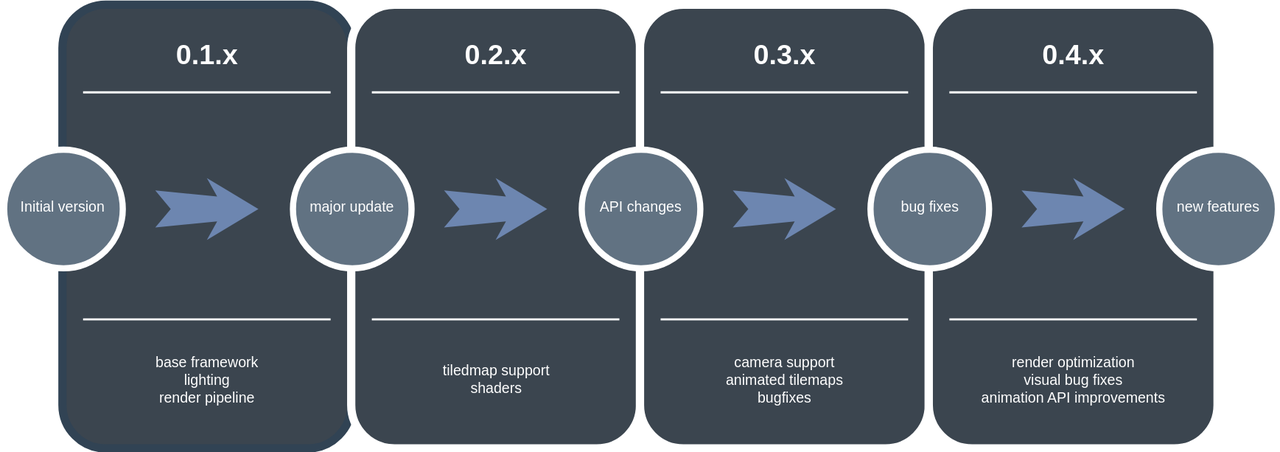
This is milestones.svg from bitbrain/braingdx, a draw.io export, as it was before one commit. Source tidied: cells renumbered, new cells last; positions are measured from the earlier drawing's top-left corner, leaving out a move shared by most shapes.
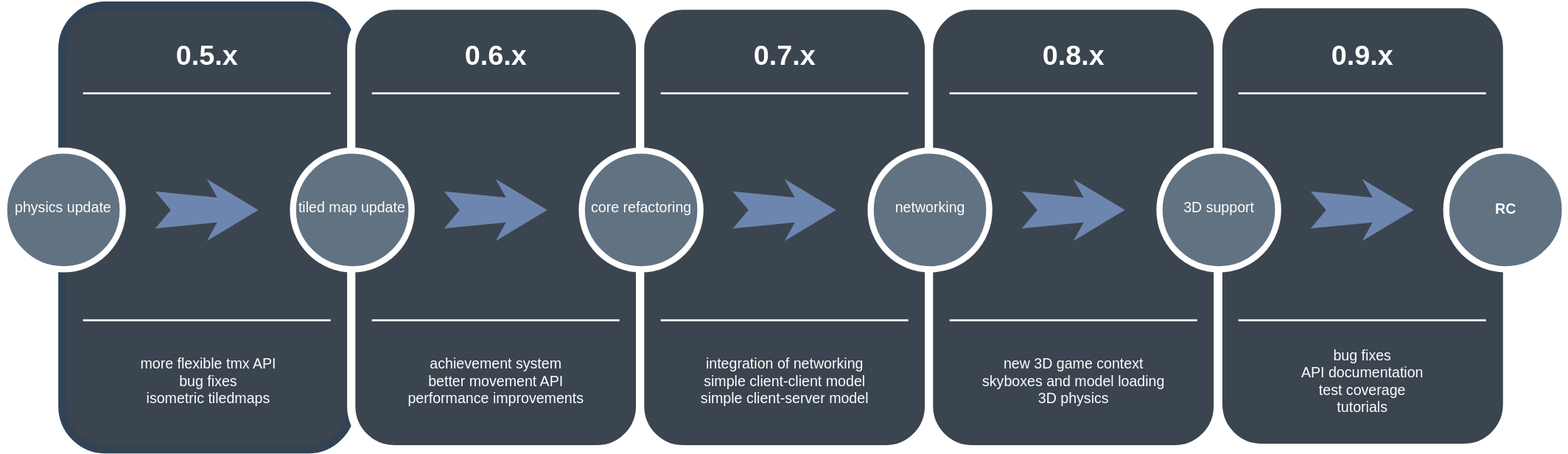
The same file after the commit.

What changed in the source:
```diff
@@ -2,13 +2,16 @@
   <root>
     <mxCell id="0" />
     <mxCell id="1" parent="0" />
+    <mxCell id="31" style="whiteSpace=wrap;html=1;rounded=1;shadow=0;strokeWidth=8;fontSize=20;align=center;fillColor=#3B454F;strokeColor=#FFFFFF;" parent="1" vertex="1">
+      <mxGeometry x="1177.5" y="-1.5" width="280" height="430" as="geometry" />
+    </mxCell>
     <mxCell id="2" style="whiteSpace=wrap;html=1;rounded=1;shadow=0;strokeWidth=8;fontSize=20;align=center;fillColor=#3B454F;strokeColor=#314354;fontColor=#ffffff;" parent="1" vertex="1">
       <mxGeometry x="57" width="280" height="430" as="geometry" />
     </mxCell>
-    <mxCell id="3" value="0.1.x" style="text;html=1;strokeColor=none;fillColor=none;align=center;verticalAlign=middle;whiteSpace=wrap;rounded=0;shadow=0;fontSize=27;fontColor=#FFFFFF;fontStyle=1;" parent="1" vertex="1">
+    <mxCell id="3" value="0.5.x" style="text;html=1;strokeColor=none;fillColor=none;align=center;verticalAlign=middle;whiteSpace=wrap;rounded=0;shadow=0;fontSize=27;fontColor=#FFFFFF;fontStyle=1;" parent="1" vertex="1">
       <mxGeometry x="57" y="20" width="280" height="60" as="geometry" />
     </mxCell>
-    <mxCell id="4" value="&lt;div&gt;base framework&lt;/div&gt;&lt;div&gt;lighting&lt;/div&gt;&lt;div&gt;render pipeline&lt;br&gt;&lt;/div&gt;" style="text;html=1;strokeColor=none;fillColor=none;align=center;verticalAlign=middle;whiteSpace=wrap;rounded=0;shadow=0;fontSize=14;fontColor=#FFFFFF;" parent="1" vertex="1">
+    <mxCell id="4" value="&lt;div&gt;more flexible tmx API&lt;/div&gt;&lt;div&gt;bug fixes&lt;/div&gt;&lt;div&gt;isometric tiledmaps&lt;br&gt;&lt;/div&gt;" style="text;html=1;strokeColor=none;fillColor=none;align=center;verticalAlign=middle;whiteSpace=wrap;rounded=0;shadow=0;fontSize=14;fontColor=#FFFFFF;" parent="1" vertex="1">
       <mxGeometry x="57" y="320" width="280" height="90" as="geometry" />
     </mxCell>
     <mxCell id="5" style="line;strokeWidth=2;html=1;rounded=0;shadow=0;fontSize=27;align=center;fillColor=none;strokeColor=#FFFFFF;" parent="1" vertex="1">
@@ -17,7 +20,7 @@
     <mxCell id="6" style="line;strokeWidth=2;html=1;rounded=0;shadow=0;fontSize=27;align=center;fillColor=none;strokeColor=#FFFFFF;" parent="1" vertex="1">
       <mxGeometry x="77" y="300" width="240" height="10" as="geometry" />
     </mxCell>
-    <mxCell id="7" value="Initial version" style="ellipse;whiteSpace=wrap;html=1;rounded=0;shadow=0;strokeWidth=6;fontSize=14;align=center;fillColor=#617282;strokeColor=#FFFFFF;fontColor=#FFFFFF;" parent="1" vertex="1">
+    <mxCell id="7" value="physics update" style="ellipse;whiteSpace=wrap;html=1;rounded=0;shadow=0;strokeWidth=6;fontSize=14;align=center;fillColor=#617282;strokeColor=#FFFFFF;fontColor=#FFFFFF;" parent="1" vertex="1">
       <mxGeometry y="140" width="115" height="115" as="geometry" />
     </mxCell>
     <mxCell id="8" style="html=1;shadow=0;dashed=0;align=center;verticalAlign=middle;shape=mxgraph.arrows2.stylisedArrow;dy=0.6;dx=40;notch=15;feather=0.4;rounded=0;strokeWidth=1;fontSize=27;strokeColor=none;fillColor=#6D86B0;" parent="1" vertex="1">
@@ -26,10 +29,10 @@
     <mxCell id="9" style="whiteSpace=wrap;html=1;rounded=1;shadow=0;strokeWidth=8;fontSize=20;align=center;fillColor=#3B454F;strokeColor=#FFFFFF;" parent="1" vertex="1">
       <mxGeometry x="337" width="280" height="430" as="geometry" />
     </mxCell>
-    <mxCell id="10" value="0.2.x" style="text;html=1;strokeColor=none;fillColor=none;align=center;verticalAlign=middle;whiteSpace=wrap;rounded=0;shadow=0;fontSize=27;fontColor=#FFFFFF;fontStyle=1;" parent="1" vertex="1">
+    <mxCell id="10" value="0.6.x" style="text;html=1;strokeColor=none;fillColor=none;align=center;verticalAlign=middle;whiteSpace=wrap;rounded=0;shadow=0;fontSize=27;fontColor=#FFFFFF;fontStyle=1;" parent="1" vertex="1">
       <mxGeometry x="337" y="20" width="280" height="60" as="geometry" />
     </mxCell>
-    <mxCell id="11" value="&lt;div&gt;tiledmap support&lt;/div&gt;&lt;div&gt;shaders&lt;/div&gt;" style="text;html=1;strokeColor=none;fillColor=none;align=center;verticalAlign=middle;whiteSpace=wrap;rounded=0;shadow=0;fontSize=14;fontColor=#FFFFFF;" parent="1" vertex="1">
+    <mxCell id="11" value="&lt;div&gt;achievement system&lt;/div&gt;&lt;div&gt;better movement API&lt;/div&gt;&lt;div&gt;performance improvements&lt;br&gt;&lt;/div&gt;" style="text;html=1;strokeColor=none;fillColor=none;align=center;verticalAlign=middle;whiteSpace=wrap;rounded=0;shadow=0;fontSize=14;fontColor=#FFFFFF;" parent="1" vertex="1">
       <mxGeometry x="337" y="320" width="280" height="90" as="geometry" />
     </mxCell>
     <mxCell id="12" style="line;strokeWidth=2;html=1;rounded=0;shadow=0;fontSize=27;align=center;fillColor=none;strokeColor=#FFFFFF;" parent="1" vertex="1">
@@ -38,7 +41,7 @@
     <mxCell id="13" style="line;strokeWidth=2;html=1;rounded=0;shadow=0;fontSize=27;align=center;fillColor=none;strokeColor=#FFFFFF;" parent="1" vertex="1">
       <mxGeometry x="357" y="300" width="240" height="10" as="geometry" />
     </mxCell>
-    <mxCell id="14" value="major update" style="ellipse;whiteSpace=wrap;html=1;rounded=0;shadow=0;strokeWidth=6;fontSize=14;align=center;fillColor=#617282;strokeColor=#FFFFFF;fontColor=#FFFFFF;" parent="1" vertex="1">
+    <mxCell id="14" value="tiled map update" style="ellipse;whiteSpace=wrap;html=1;rounded=0;shadow=0;strokeWidth=6;fontSize=14;align=center;fillColor=#617282;strokeColor=#FFFFFF;fontColor=#FFFFFF;" parent="1" vertex="1">
       <mxGeometry x="280" y="140" width="115" height="115" as="geometry" />
     </mxCell>
     <mxCell id="15" style="html=1;shadow=0;dashed=0;align=center;verticalAlign=middle;shape=mxgraph.arrows2.stylisedArrow;dy=0.6;dx=40;notch=15;feather=0.4;rounded=0;strokeWidth=1;fontSize=27;strokeColor=none;fillColor=#6D86B0;" parent="1" vertex="1">
@@ -47,10 +50,10 @@
     <mxCell id="16" style="whiteSpace=wrap;html=1;rounded=1;shadow=0;strokeWidth=8;fontSize=20;align=center;fillColor=#3B454F;strokeColor=#FFFFFF;" parent="1" vertex="1">
       <mxGeometry x="617" width="280" height="430" as="geometry" />
     </mxCell>
-    <mxCell id="17" value="0.3.x" style="text;html=1;strokeColor=none;fillColor=none;align=center;verticalAlign=middle;whiteSpace=wrap;rounded=0;shadow=0;fontSize=27;fontColor=#FFFFFF;fontStyle=1;" parent="1" vertex="1">
+    <mxCell id="17" value="0.7.x" style="text;html=1;strokeColor=none;fillColor=none;align=center;verticalAlign=middle;whiteSpace=wrap;rounded=0;shadow=0;fontSize=27;fontColor=#FFFFFF;fontStyle=1;" parent="1" vertex="1">
       <mxGeometry x="617" y="20" width="280" height="60" as="geometry" />
     </mxCell>
-    <mxCell id="18" value="&lt;div&gt;camera support&lt;/div&gt;&lt;div&gt;animated tilemaps&lt;/div&gt;&lt;div&gt;bugfixes&lt;br&gt;&lt;/div&gt;" style="text;html=1;strokeColor=none;fillColor=none;align=center;verticalAlign=middle;whiteSpace=wrap;rounded=0;shadow=0;fontSize=14;fontColor=#FFFFFF;" parent="1" vertex="1">
+    <mxCell id="18" value="&lt;div&gt;integration of networking&lt;/div&gt;&lt;div&gt;simple client-client model&lt;/div&gt;&lt;div&gt;simple client-server model&lt;br&gt;&lt;/div&gt;" style="text;html=1;strokeColor=none;fillColor=none;align=center;verticalAlign=middle;whiteSpace=wrap;rounded=0;shadow=0;fontSize=14;fontColor=#FFFFFF;" parent="1" vertex="1">
       <mxGeometry x="617" y="320" width="280" height="90" as="geometry" />
     </mxCell>
     <mxCell id="19" style="line;strokeWidth=2;html=1;rounded=0;shadow=0;fontSize=27;align=center;fillColor=none;strokeColor=#FFFFFF;" parent="1" vertex="1">
@@ -59,7 +62,7 @@
     <mxCell id="20" style="line;strokeWidth=2;html=1;rounded=0;shadow=0;fontSize=27;align=center;fillColor=none;strokeColor=#FFFFFF;" parent="1" vertex="1">
       <mxGeometry x="637" y="300" width="240" height="10" as="geometry" />
     </mxCell>
-    <mxCell id="21" value="API changes" style="ellipse;whiteSpace=wrap;html=1;rounded=0;shadow=0;strokeWidth=6;fontSize=14;align=center;fillColor=#617282;strokeColor=#FFFFFF;fontColor=#FFFFFF;" parent="1" vertex="1">
+    <mxCell id="21" value="core refactoring" style="ellipse;whiteSpace=wrap;html=1;rounded=0;shadow=0;strokeWidth=6;fontSize=14;align=center;fillColor=#617282;strokeColor=#FFFFFF;fontColor=#FFFFFF;" parent="1" vertex="1">
       <mxGeometry x="560" y="140" width="115" height="115" as="geometry" />
     </mxCell>
     <mxCell id="22" style="html=1;shadow=0;dashed=0;align=center;verticalAlign=middle;shape=mxgraph.arrows2.stylisedArrow;dy=0.6;dx=40;notch=15;feather=0.4;rounded=0;strokeWidth=1;fontSize=27;strokeColor=none;fillColor=#6D86B0;" parent="1" vertex="1">
@@ -68,10 +71,10 @@
     <mxCell id="23" style="whiteSpace=wrap;html=1;rounded=1;shadow=0;strokeWidth=8;fontSize=20;align=center;fillColor=#3B454F;strokeColor=#FFFFFF;" parent="1" vertex="1">
       <mxGeometry x="897" width="280" height="430" as="geometry" />
     </mxCell>
-    <mxCell id="24" value="0.4.x" style="text;html=1;strokeColor=none;fillColor=none;align=center;verticalAlign=middle;whiteSpace=wrap;rounded=0;shadow=0;fontSize=27;fontColor=#FFFFFF;fontStyle=1;" parent="1" vertex="1">
+    <mxCell id="24" value="0.8.x" style="text;html=1;strokeColor=none;fillColor=none;align=center;verticalAlign=middle;whiteSpace=wrap;rounded=0;shadow=0;fontSize=27;fontColor=#FFFFFF;fontStyle=1;" parent="1" vertex="1">
       <mxGeometry x="897" y="20" width="280" height="60" as="geometry" />
     </mxCell>
-    <mxCell id="25" value="&lt;div&gt;render optimization&lt;/div&gt;&lt;div&gt;visual bug fixes&lt;/div&gt;&lt;div&gt;animation API improvements&lt;br&gt;&lt;/div&gt;" style="text;html=1;strokeColor=none;fillColor=none;align=center;verticalAlign=middle;whiteSpace=wrap;rounded=0;shadow=0;fontSize=14;fontColor=#FFFFFF;" parent="1" vertex="1">
+    <mxCell id="25" value="&lt;div&gt;new 3D game context&lt;/div&gt;&lt;div&gt;skyboxes and model loading&lt;/div&gt;&lt;div&gt;3D physics&lt;br&gt;&lt;/div&gt;" style="text;html=1;strokeColor=none;fillColor=none;align=center;verticalAlign=middle;whiteSpace=wrap;rounded=0;shadow=0;fontSize=14;fontColor=#FFFFFF;" parent="1" vertex="1">
       <mxGeometry x="897" y="320" width="280" height="90" as="geometry" />
     </mxCell>
     <mxCell id="26" style="line;strokeWidth=2;html=1;rounded=0;shadow=0;fontSize=27;align=center;fillColor=none;strokeColor=#FFFFFF;" parent="1" vertex="1">
@@ -80,14 +83,32 @@
     <mxCell id="27" style="line;strokeWidth=2;html=1;rounded=0;shadow=0;fontSize=27;align=center;fillColor=none;strokeColor=#FFFFFF;" parent="1" vertex="1">
       <mxGeometry x="917" y="300" width="240" height="10" as="geometry" />
     </mxCell>
-    <mxCell id="28" value="bug fixes" style="ellipse;whiteSpace=wrap;html=1;rounded=0;shadow=0;strokeWidth=6;fontSize=14;align=center;fillColor=#617282;strokeColor=#FFFFFF;fontColor=#FFFFFF;" parent="1" vertex="1">
+    <mxCell id="28" value="networking" style="ellipse;whiteSpace=wrap;html=1;rounded=0;shadow=0;strokeWidth=6;fontSize=14;align=center;fillColor=#617282;strokeColor=#FFFFFF;fontColor=#FFFFFF;" parent="1" vertex="1">
       <mxGeometry x="840" y="140" width="115" height="115" as="geometry" />
     </mxCell>
     <mxCell id="29" style="html=1;shadow=0;dashed=0;align=center;verticalAlign=middle;shape=mxgraph.arrows2.stylisedArrow;dy=0.6;dx=40;notch=15;feather=0.4;rounded=0;strokeWidth=1;fontSize=27;strokeColor=none;fillColor=#6D86B0;" parent="1" vertex="1">
       <mxGeometry x="987" y="168" width="100" height="60" as="geometry" />
     </mxCell>
-    <mxCell id="30" value="new features" style="ellipse;whiteSpace=wrap;html=1;rounded=0;shadow=0;strokeWidth=6;fontSize=14;align=center;fillColor=#617282;strokeColor=#FFFFFF;fontColor=#FFFFFF;" parent="1" vertex="1">
+    <mxCell id="30" value="3D support" style="ellipse;whiteSpace=wrap;html=1;rounded=0;shadow=0;strokeWidth=6;fontSize=14;align=center;fillColor=#617282;strokeColor=#FFFFFF;fontColor=#FFFFFF;" parent="1" vertex="1">
       <mxGeometry x="1120" y="140" width="115" height="115" as="geometry" />
     </mxCell>
+    <mxCell id="32" value="0.9.x" style="text;html=1;strokeColor=none;fillColor=none;align=center;verticalAlign=middle;whiteSpace=wrap;rounded=0;shadow=0;fontSize=27;fontColor=#FFFFFF;fontStyle=1;" parent="1" vertex="1">
+      <mxGeometry x="1177" y="20" width="280" height="60" as="geometry" />
+    </mxCell>
+    <mxCell id="33" value="&lt;div&gt;bug fixes&lt;/div&gt;&lt;div&gt;API documentation&lt;/div&gt;&lt;div&gt;test coverage&lt;/div&gt;&lt;div&gt;tutorials&lt;br&gt;&lt;/div&gt;" style="text;html=1;strokeColor=none;fillColor=none;align=center;verticalAlign=middle;whiteSpace=wrap;rounded=0;shadow=0;fontSize=14;fontColor=#FFFFFF;" parent="1" vertex="1">
+      <mxGeometry x="1177" y="320" width="280" height="90" as="geometry" />
+    </mxCell>
+    <mxCell id="34" style="line;strokeWidth=2;html=1;rounded=0;shadow=0;fontSize=27;align=center;fillColor=none;strokeColor=#FFFFFF;" parent="1" vertex="1">
+      <mxGeometry x="1197" y="80" width="240" height="10" as="geometry" />
+    </mxCell>
+    <mxCell id="35" style="line;strokeWidth=2;html=1;rounded=0;shadow=0;fontSize=27;align=center;fillColor=none;strokeColor=#FFFFFF;" parent="1" vertex="1">
+      <mxGeometry x="1197" y="300" width="240" height="10" as="geometry" />
+    </mxCell>
+    <mxCell id="36" style="html=1;shadow=0;dashed=0;align=center;verticalAlign=middle;shape=mxgraph.arrows2.stylisedArrow;dy=0.6;dx=40;notch=15;feather=0.4;rounded=0;strokeWidth=1;fontSize=27;strokeColor=none;fillColor=#6D86B0;" parent="1" vertex="1">
+      <mxGeometry x="1267" y="168" width="100" height="60" as="geometry" />
+    </mxCell>
+    <mxCell id="37" value="&lt;b&gt;RC&lt;/b&gt;" style="ellipse;whiteSpace=wrap;html=1;rounded=0;shadow=0;strokeWidth=6;fontSize=14;align=center;fillColor=#617282;strokeColor=#FFFFFF;fontColor=#FFFFFF;" parent="1" vertex="1">
+      <mxGeometry x="1399" y="140.5" width="115" height="115" as="geometry" />
+    </mxCell>
   </root>
 </mxGraphModel>
```
